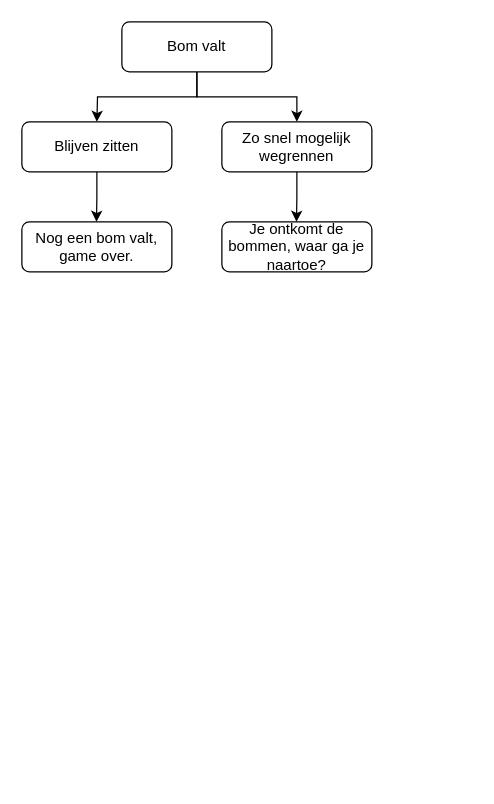
This is VluchtelingVerhaalFlowchart.drawio from JAlexis5/Beroepsopdracht, a draw.io file, before an edit. Source tidied: cells renumbered, new cells numbered last; positions are measured from the earlier drawing's top-left corner, leaving out a move shared by most shapes. Both pictures are drawn from the tidied source at 125%, with x=0, y=0 at pixel (21, 21).
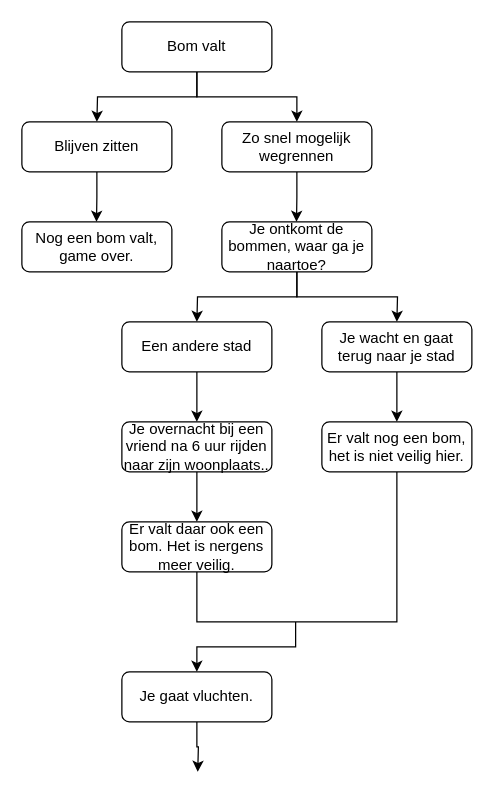
The same page after the edit.

Unchanged cells that the change refers to:
```xml
<mxCell id="10" value="Je ontkomt de bommen, waar ga je naartoe?" style="rounded=1;whiteSpace=wrap;html=1;" parent="1" vertex="1">
  <mxGeometry x="160" y="160" width="120" height="40" as="geometry" />
</mxCell>
```

The edit, as a diff of the source:
```diff
@@
+    <mxCell id="11" style="edgeStyle=orthogonalEdgeStyle;rounded=0;jettySize=auto;html=1;exitX=0.5;exitY=1;exitDx=0;exitDy=0;" parent="1" edge="1" source="10">
+      <mxGeometry relative="1" as="geometry">
+        <mxPoint x="140" y="240" as="targetPoint" />
+      </mxGeometry>
+    </mxCell>
+    <mxCell id="12" style="edgeStyle=orthogonalEdgeStyle;rounded=0;jettySize=auto;html=1;exitX=0.5;exitY=1;exitDx=0;exitDy=0;" parent="1" edge="1" source="10">
+      <mxGeometry relative="1" as="geometry">
+        <mxPoint x="300" y="240" as="targetPoint" />
+      </mxGeometry>
+    </mxCell>
@@
+    <mxCell id="13" style="edgeStyle=orthogonalEdgeStyle;rounded=0;jettySize=auto;html=1;" parent="1" edge="1" source="14">
+      <mxGeometry relative="1" as="geometry">
+        <mxPoint x="140" y="320" as="targetPoint" />
+      </mxGeometry>
+    </mxCell>
+    <mxCell id="14" value="Een andere stad" style="rounded=1;whiteSpace=wrap;html=1;" parent="1" vertex="1">
+      <mxGeometry x="80" y="240" width="120" height="40" as="geometry" />
+    </mxCell>
+    <mxCell id="15" style="edgeStyle=orthogonalEdgeStyle;rounded=0;jettySize=auto;html=1;exitX=0.5;exitY=1;exitDx=0;exitDy=0;entryX=0.5;entryY=0;entryDx=0;entryDy=0;" parent="1" edge="1" source="16" target="17">
+      <mxGeometry relative="1" as="geometry" />
+    </mxCell>
+    <mxCell id="16" value="Je wacht en gaat terug naar je stad" style="rounded=1;whiteSpace=wrap;html=1;" parent="1" vertex="1">
+      <mxGeometry x="240" y="240" width="120" height="40" as="geometry" />
+    </mxCell>
+    <mxCell id="17" value="Er valt nog een bom, het is niet veilig hier." style="rounded=1;whiteSpace=wrap;html=1;" parent="1" vertex="1">
+      <mxGeometry x="240" y="320" width="120" height="40" as="geometry" />
+    </mxCell>
+    <mxCell id="18" style="edgeStyle=orthogonalEdgeStyle;rounded=0;jettySize=auto;html=1;" parent="1" edge="1" source="19">
+      <mxGeometry relative="1" as="geometry">
+        <mxPoint x="140" y="400" as="targetPoint" />
+      </mxGeometry>
+    </mxCell>
+    <mxCell id="19" value="Je overnacht bij een vriend na 6 uur rijden naar zijn woonplaats.." style="whiteSpace=wrap;html=1;rounded=1;" parent="1" vertex="1">
+      <mxGeometry x="80" y="320" width="120" height="40" as="geometry" />
+    </mxCell>
+    <mxCell id="20" value="Er valt daar ook een bom. Het is nergens meer veilig." style="whiteSpace=wrap;html=1;rounded=1;" parent="1" vertex="1">
+      <mxGeometry x="80" y="400" width="120" height="40" as="geometry" />
+    </mxCell>
+    <mxCell id="21" style="endArrow=none;html=1;entryX=0.5;entryY=1;entryDx=0;entryDy=0;exitX=0.5;exitY=1;exitDx=0;exitDy=0;rounded=0;" parent="1" edge="1" source="17" target="20">
+      <mxGeometry relative="1" as="geometry">
+        <Array as="points">
+          <mxPoint x="300" y="480" />
+          <mxPoint x="140" y="480" />
+        </Array>
+      </mxGeometry>
+    </mxCell>
+    <mxCell id="22" style="endArrow=classic;html=1;rounded=0;" parent="1" edge="1">
+      <mxGeometry relative="1" as="geometry">
+        <mxPoint x="219" y="480" as="sourcePoint" />
+        <mxPoint x="140" y="520" as="targetPoint" />
+        <Array as="points">
+          <mxPoint x="219" y="500" />
+          <mxPoint x="180" y="500" />
+          <mxPoint x="140" y="500" />
+        </Array>
+      </mxGeometry>
+    </mxCell>
+    <mxCell id="23" style="edgeStyle=orthogonalEdgeStyle;rounded=0;jettySize=auto;html=1;exitX=0.5;exitY=1;exitDx=0;exitDy=0;" parent="1" edge="1" source="24">
+      <mxGeometry relative="1" as="geometry">
+        <mxPoint x="140.7" y="600" as="targetPoint" />
+      </mxGeometry>
+    </mxCell>
+    <mxCell id="24" value="Je gaat vluchten." style="rounded=1;whiteSpace=wrap;html=1;" parent="1" vertex="1">
+      <mxGeometry x="80" y="520" width="120" height="40" as="geometry" />
+    </mxCell>
```
